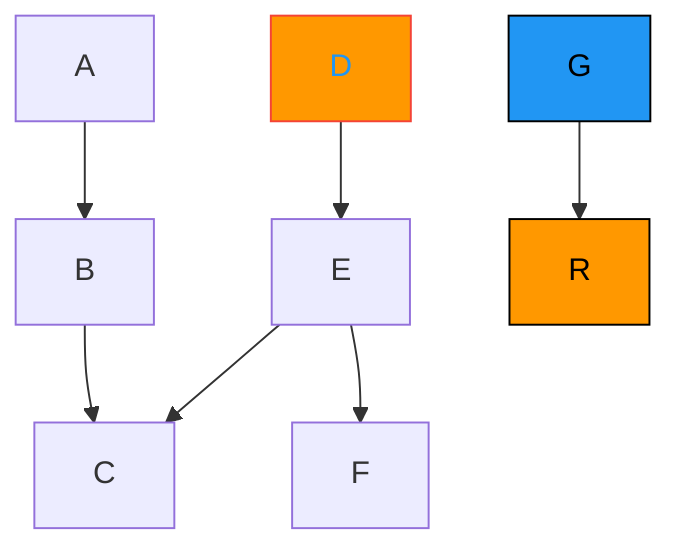
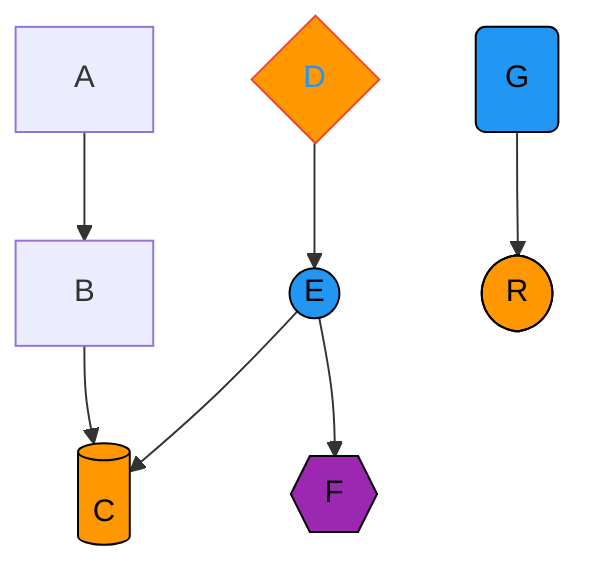
graph TB
-     node_1[C]
+     node_1[(C)]
    node_2[A]
-     node_3[D]
-     node_4[E]
+     node_3{D}
+     node_4((E))
    node_5[B]
-     node_6[F]
-     node_7[G]
-     node_8[R]
+     node_6{{F}}
+     node_7(G)
+     node_8([R])
    node_2--> node_5
    node_5--> node_1
    node_3--> node_4
    node_4--> node_1
    node_4--> node_6
    node_7--> node_8
+     style node_1 fill:#FF9800,stroke:#000000,color:#000000
    style node_3 fill:#FF9800,stroke:#f44336,color:#2196F3
+     style node_4 fill:#2196F3,stroke:#000000,color:#000000
+     style node_6 fill:#9C27B0,stroke:#000000,color:#000000
    style node_7 fill:#2196F3,stroke:#000000,color:#000000
    style node_8 fill:#FF9800,stroke:#000000,color:#000000